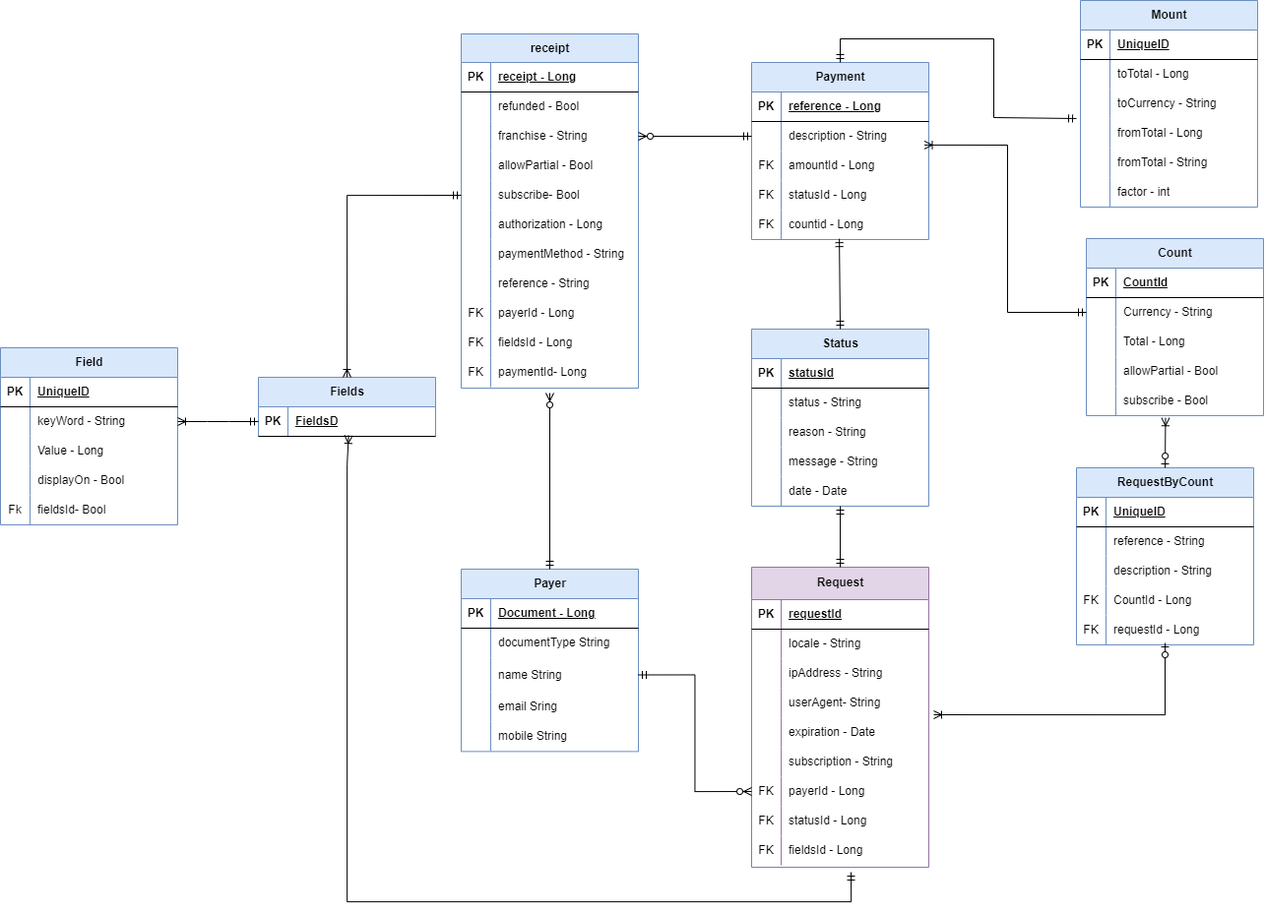
This is Documentacion/Diagrama Entidad Relacion/Diagrama Entidad Relacion.png from MuelitasVil/API-de-pagos-.net, a draw.io export, as it was before one commit. Source tidied: cells renumbered, new cells last; positions are measured from the earlier drawing's top-left corner, leaving out a move shared by most shapes.
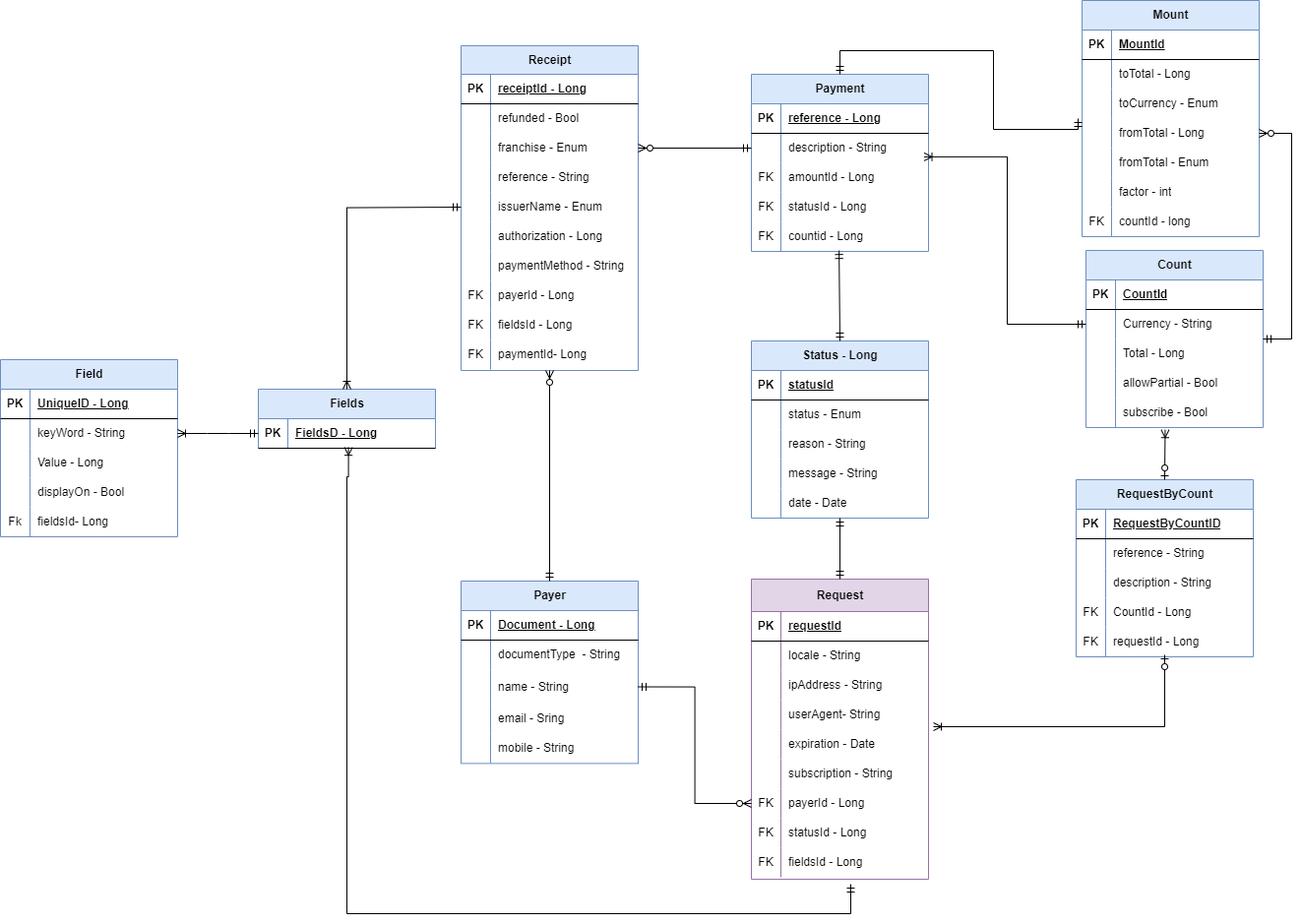
After the change.

Commit message:
Creacion de entidades

Se crea la carpeta que contiene el modelado de la base de datos en entidades de c#, ademas de esto durante el desarrollo de esta se integran los tipos de datos enum que se vieron necesarios mejorando el modelo Entidad relacion y coreigiendo errores

The edit, as a diff of the source:
```diff
@@ -88,3 +88,3 @@
     </mxCell>
-    <mxCell id="30" value="Status" style="shape=table;startSize=30;rowLines=0;fontStyle=1;align=center;html=1;fillColor=#dae8fc;strokeColor=#6c8ebf;" parent="1" vertex="1">
+    <mxCell id="30" value="Status - Long" style="shape=table;startSize=30;rowLines=0;fontStyle=1;align=center;html=1;fillColor=#dae8fc;strokeColor=#6c8ebf;" parent="1" vertex="1">
       <mxGeometry x="763" y="334" width="180" height="180" as="geometry" />
@@ -106,3 +106,3 @@
     </mxCell>
-    <mxCell id="36" value="status - String" style="shape=partialRectangle;fillColor=none;top=0;left=0;bottom=0;right=0;align=left;spacingLeft=6;overflow=hidden;whiteSpace=wrap;html=1;" parent="34" vertex="1">
+    <mxCell id="36" value="status - Enum" style="shape=partialRectangle;fillColor=none;top=0;left=0;bottom=0;right=0;align=left;spacingLeft=6;overflow=hidden;whiteSpace=wrap;html=1;" parent="34" vertex="1">
       <mxGeometry x="30" width="150" height="30" as="geometry" />
@@ -157,3 +157,3 @@
     </mxCell>
-    <mxCell id="53" value="documentType String" style="shape=partialRectangle;fillColor=none;top=0;left=0;bottom=0;right=0;align=left;spacingLeft=6;overflow=hidden;whiteSpace=wrap;html=1;" parent="51" vertex="1">
+    <mxCell id="53" value="documentType&amp;nbsp; - String" style="shape=partialRectangle;fillColor=none;top=0;left=0;bottom=0;right=0;align=left;spacingLeft=6;overflow=hidden;whiteSpace=wrap;html=1;" parent="51" vertex="1">
       <mxGeometry x="30" width="150" height="30" as="geometry" />
@@ -166,3 +166,3 @@
     </mxCell>
-    <mxCell id="56" value="name String" style="shape=partialRectangle;fillColor=none;top=0;left=0;bottom=0;right=0;align=left;spacingLeft=6;overflow=hidden;whiteSpace=wrap;html=1;" parent="54" vertex="1">
+    <mxCell id="56" value="name - String" style="shape=partialRectangle;fillColor=none;top=0;left=0;bottom=0;right=0;align=left;spacingLeft=6;overflow=hidden;whiteSpace=wrap;html=1;" parent="54" vertex="1">
       <mxGeometry x="30" width="150" height="35" as="geometry" />
@@ -175,3 +175,3 @@
     </mxCell>
-    <mxCell id="59" value="email Sring" style="shape=partialRectangle;fillColor=none;top=0;left=0;bottom=0;right=0;align=left;spacingLeft=6;overflow=hidden;whiteSpace=wrap;html=1;" parent="57" vertex="1">
+    <mxCell id="59" value="email - Sring" style="shape=partialRectangle;fillColor=none;top=0;left=0;bottom=0;right=0;align=left;spacingLeft=6;overflow=hidden;whiteSpace=wrap;html=1;" parent="57" vertex="1">
       <mxGeometry x="30" width="150" height="30" as="geometry" />
@@ -184,3 +184,3 @@
     </mxCell>
-    <mxCell id="62" value="mobile String" style="shape=partialRectangle;fillColor=none;top=0;left=0;bottom=0;right=0;align=left;spacingLeft=6;overflow=hidden;whiteSpace=wrap;html=1;" parent="60" vertex="1">
+    <mxCell id="62" value="mobile - String" style="shape=partialRectangle;fillColor=none;top=0;left=0;bottom=0;right=0;align=left;spacingLeft=6;overflow=hidden;whiteSpace=wrap;html=1;" parent="60" vertex="1">
       <mxGeometry x="30" width="150" height="30" as="geometry" />
@@ -238,4 +238,4 @@
     </mxCell>
-    <mxCell id="80" value="receipt" style="shape=table;startSize=29;rowLines=0;fontStyle=1;align=center;html=1;fillColor=#dae8fc;strokeColor=#6c8ebf;" parent="1" vertex="1">
-      <mxGeometry x="468" y="34" width="180" height="360" as="geometry" />
+    <mxCell id="80" value="Receipt" style="shape=table;startSize=29;rowLines=0;fontStyle=1;align=center;html=1;fillColor=#dae8fc;strokeColor=#6c8ebf;" parent="1" vertex="1">
+      <mxGeometry x="468" y="34" width="180" height="330" as="geometry" />
     </mxCell>
@@ -247,3 +247,3 @@
     </mxCell>
-    <mxCell id="83" value="receipt - Long" style="shape=partialRectangle;fillColor=none;top=0;left=0;bottom=0;right=0;align=left;spacingLeft=6;fontStyle=5;overflow=hidden;whiteSpace=wrap;html=1;" parent="81" vertex="1">
+    <mxCell id="83" value="receiptId - Long" style="shape=partialRectangle;fillColor=none;top=0;left=0;bottom=0;right=0;align=left;spacingLeft=6;fontStyle=5;overflow=hidden;whiteSpace=wrap;html=1;" parent="81" vertex="1">
       <mxGeometry x="30" width="150" height="30" as="geometry" />
@@ -265,7 +265,16 @@
     </mxCell>
-    <mxCell id="89" value="franchise - String" style="shape=partialRectangle;fillColor=none;top=0;left=0;bottom=0;right=0;align=left;spacingLeft=6;overflow=hidden;whiteSpace=wrap;html=1;" parent="87" vertex="1">
+    <mxCell id="89" value="franchise - Enum" style="shape=partialRectangle;fillColor=none;top=0;left=0;bottom=0;right=0;align=left;spacingLeft=6;overflow=hidden;whiteSpace=wrap;html=1;" parent="87" vertex="1">
       <mxGeometry x="30" width="150" height="30" as="geometry" />
     </mxCell>
+    <mxCell id="102" style="shape=tableRow;horizontal=0;startSize=0;swimlaneHead=0;swimlaneBody=0;fillColor=none;top=0;left=0;right=0;bottom=0;" parent="80" vertex="1">
+      <mxGeometry y="119" width="180" height="30" as="geometry" />
+    </mxCell>
+    <mxCell id="103" style="shape=partialRectangle;fillColor=none;top=0;left=0;bottom=0;right=0;overflow=hidden;whiteSpace=wrap;html=1;" parent="102" vertex="1">
+      <mxGeometry width="30" height="30" as="geometry" />
+    </mxCell>
+    <mxCell id="104" value="reference&amp;nbsp;- String" style="shape=partialRectangle;fillColor=none;top=0;left=0;bottom=0;right=0;align=left;spacingLeft=6;overflow=hidden;whiteSpace=wrap;html=1;" parent="102" vertex="1">
+      <mxGeometry x="30" width="150" height="30" as="geometry" />
+    </mxCell>
     <mxCell id="90" style="shape=tableRow;horizontal=0;startSize=0;swimlaneHead=0;swimlaneBody=0;fillColor=none;top=0;left=0;right=0;bottom=0;" parent="80" vertex="1">
-      <mxGeometry y="119" width="180" height="30" as="geometry" />
+      <mxGeometry y="149" width="180" height="30" as="geometry" />
     </mxCell>
@@ -274,14 +283,5 @@
     </mxCell>
-    <mxCell id="92" value="allowPartial - Bool" style="shape=partialRectangle;fillColor=none;top=0;left=0;bottom=0;right=0;align=left;spacingLeft=6;overflow=hidden;whiteSpace=wrap;html=1;" parent="90" vertex="1">
+    <mxCell id="92" value="issuerName - Enum" style="shape=partialRectangle;fillColor=none;top=0;left=0;bottom=0;right=0;align=left;spacingLeft=6;overflow=hidden;whiteSpace=wrap;html=1;" parent="90" vertex="1">
       <mxGeometry x="30" width="150" height="30" as="geometry" />
     </mxCell>
-    <mxCell id="93" style="shape=tableRow;horizontal=0;startSize=0;swimlaneHead=0;swimlaneBody=0;fillColor=none;points=[[0,0.5],[1,0.5]];portConstraint=eastwest;top=0;left=0;right=0;bottom=0;" parent="80" vertex="1">
-      <mxGeometry y="149" width="180" height="30" as="geometry" />
-    </mxCell>
-    <mxCell id="94" style="shape=partialRectangle;fillColor=none;top=0;left=0;bottom=0;right=0;overflow=hidden;whiteSpace=wrap;html=1;" parent="93" vertex="1">
-      <mxGeometry width="30" height="30" as="geometry" />
-    </mxCell>
-    <mxCell id="95" value="subscribe- Bool" style="shape=partialRectangle;fillColor=none;top=0;left=0;bottom=0;right=0;align=left;spacingLeft=6;overflow=hidden;whiteSpace=wrap;html=1;" parent="93" vertex="1">
-      <mxGeometry x="30" width="150" height="30" as="geometry" />
-    </mxCell>
     <mxCell id="96" style="shape=tableRow;horizontal=0;startSize=0;swimlaneHead=0;swimlaneBody=0;fillColor=none;top=0;left=0;right=0;bottom=0;" parent="80" vertex="1">
@@ -304,13 +304,4 @@
     </mxCell>
-    <mxCell id="102" style="shape=tableRow;horizontal=0;startSize=0;swimlaneHead=0;swimlaneBody=0;fillColor=none;top=0;left=0;right=0;bottom=0;" parent="80" vertex="1">
-      <mxGeometry y="239" width="180" height="30" as="geometry" />
-    </mxCell>
-    <mxCell id="103" style="shape=partialRectangle;fillColor=none;top=0;left=0;bottom=0;right=0;overflow=hidden;whiteSpace=wrap;html=1;" parent="102" vertex="1">
-      <mxGeometry width="30" height="30" as="geometry" />
-    </mxCell>
-    <mxCell id="104" value="reference&amp;nbsp;- String" style="shape=partialRectangle;fillColor=none;top=0;left=0;bottom=0;right=0;align=left;spacingLeft=6;overflow=hidden;whiteSpace=wrap;html=1;" parent="102" vertex="1">
-      <mxGeometry x="30" width="150" height="30" as="geometry" />
-    </mxCell>
     <mxCell id="105" style="shape=tableRow;horizontal=0;startSize=0;swimlaneHead=0;swimlaneBody=0;fillColor=none;top=0;left=0;right=0;bottom=0;" parent="80" vertex="1">
-      <mxGeometry y="269" width="180" height="30" as="geometry" />
+      <mxGeometry y="239" width="180" height="30" as="geometry" />
     </mxCell>
@@ -323,3 +314,3 @@
     <mxCell id="108" style="shape=tableRow;horizontal=0;startSize=0;swimlaneHead=0;swimlaneBody=0;fillColor=none;top=0;left=0;right=0;bottom=0;" parent="80" vertex="1">
-      <mxGeometry y="299" width="180" height="30" as="geometry" />
+      <mxGeometry y="269" width="180" height="30" as="geometry" />
     </mxCell>
@@ -332,3 +323,3 @@
     <mxCell id="111" style="shape=tableRow;horizontal=0;startSize=0;swimlaneHead=0;swimlaneBody=0;fillColor=none;top=0;left=0;right=0;bottom=0;" parent="80" vertex="1">
-      <mxGeometry y="329" width="180" height="30" as="geometry" />
+      <mxGeometry y="299" width="180" height="30" as="geometry" />
     </mxCell>
@@ -343,6 +334,4 @@
     </mxCell>
-    <mxCell id="115" style="fontSize=12;html=1;endArrow=ERzeroToMany;startArrow=ERmandOne;rounded=0;" parent="1" edge="1" source="47">
-      <mxGeometry relative="1" as="geometry">
-        <mxPoint x="558" y="399" as="targetPoint" />
-      </mxGeometry>
+    <mxCell id="115" style="fontSize=12;html=1;endArrow=ERzeroToMany;startArrow=ERmandOne;rounded=0;entryX=0.5;entryY=1;entryDx=0;entryDy=0;" parent="1" edge="1" source="47" target="80">
+      <mxGeometry relative="1" as="geometry" />
     </mxCell>
@@ -408,3 +397,3 @@
     </mxCell>
-    <mxCell id="136" value="UniqueID" style="shape=partialRectangle;fillColor=none;top=0;left=0;bottom=0;right=0;align=left;spacingLeft=6;fontStyle=5;overflow=hidden;whiteSpace=wrap;html=1;" parent="134" vertex="1">
+    <mxCell id="136" value="RequestByCountID" style="shape=partialRectangle;fillColor=none;top=0;left=0;bottom=0;right=0;align=left;spacingLeft=6;fontStyle=5;overflow=hidden;whiteSpace=wrap;html=1;" parent="134" vertex="1">
       <mxGeometry x="30" width="150" height="30" as="geometry" />
@@ -460,3 +449,3 @@
     <mxCell id="151" value="Mount" style="shape=table;startSize=30;rowLines=0;fontStyle=1;align=center;html=1;fillColor=#dae8fc;strokeColor=#6c8ebf;" parent="1" vertex="1">
-      <mxGeometry x="1097" width="180" height="210" as="geometry" />
+      <mxGeometry x="1099" y="-12" width="180" height="240" as="geometry" />
     </mxCell>
@@ -468,3 +457,3 @@
     </mxCell>
-    <mxCell id="154" value="UniqueID" style="shape=partialRectangle;fillColor=none;top=0;left=0;bottom=0;right=0;align=left;spacingLeft=6;fontStyle=5;overflow=hidden;whiteSpace=wrap;html=1;" parent="152" vertex="1">
+    <mxCell id="154" value="MountId" style="shape=partialRectangle;fillColor=none;top=0;left=0;bottom=0;right=0;align=left;spacingLeft=6;fontStyle=5;overflow=hidden;whiteSpace=wrap;html=1;" parent="152" vertex="1">
       <mxGeometry x="30" width="150" height="30" as="geometry" />
@@ -486,3 +475,3 @@
     </mxCell>
-    <mxCell id="160" value="toCurrency - String" style="shape=partialRectangle;fillColor=none;top=0;left=0;bottom=0;right=0;align=left;spacingLeft=6;overflow=hidden;whiteSpace=wrap;html=1;" parent="158" vertex="1">
+    <mxCell id="160" value="toCurrency - Enum" style="shape=partialRectangle;fillColor=none;top=0;left=0;bottom=0;right=0;align=left;spacingLeft=6;overflow=hidden;whiteSpace=wrap;html=1;" parent="158" vertex="1">
       <mxGeometry x="30" width="150" height="30" as="geometry" />
@@ -504,3 +493,3 @@
     </mxCell>
-    <mxCell id="166" value="fromTotal - String" style="shape=partialRectangle;fillColor=none;top=0;left=0;bottom=0;right=0;align=left;spacingLeft=6;overflow=hidden;whiteSpace=wrap;html=1;" parent="164" vertex="1">
+    <mxCell id="166" value="fromTotal - Enum" style="shape=partialRectangle;fillColor=none;top=0;left=0;bottom=0;right=0;align=left;spacingLeft=6;overflow=hidden;whiteSpace=wrap;html=1;" parent="164" vertex="1">
       <mxGeometry x="30" width="150" height="30" as="geometry" />
@@ -516,2 +505,11 @@
     </mxCell>
+    <mxCell id="195" style="shape=tableRow;horizontal=0;startSize=0;swimlaneHead=0;swimlaneBody=0;fillColor=none;top=0;left=0;right=0;bottom=0;" parent="151" vertex="1">
+      <mxGeometry y="210" width="180" height="30" as="geometry" />
+    </mxCell>
+    <mxCell id="196" value="FK" style="shape=partialRectangle;fillColor=none;top=0;left=0;bottom=0;right=0;overflow=hidden;whiteSpace=wrap;html=1;" parent="195" vertex="1">
+      <mxGeometry width="30" height="30" as="geometry" />
+    </mxCell>
+    <mxCell id="197" value="countId - long" style="shape=partialRectangle;fillColor=none;top=0;left=0;bottom=0;right=0;align=left;spacingLeft=6;overflow=hidden;whiteSpace=wrap;html=1;" parent="195" vertex="1">
+      <mxGeometry x="30" width="150" height="30" as="geometry" />
+    </mxCell>
     <mxCell id="170" style="fontSize=12;html=1;endArrow=ERmandOne;startArrow=ERmandOne;rounded=0;exitX=-0.022;exitY=0;exitDx=0;exitDy=0;exitPerimeter=0;entryX=0.5;entryY=0;entryDx=0;entryDy=0;edgeStyle=orthogonalEdgeStyle;" parent="1" edge="1" source="161" target="64">
@@ -534,3 +532,3 @@
     </mxCell>
-    <mxCell id="174" value="FieldsD" style="shape=partialRectangle;fillColor=none;top=0;left=0;bottom=0;right=0;align=left;spacingLeft=6;fontStyle=5;overflow=hidden;whiteSpace=wrap;html=1;" parent="172" vertex="1">
+    <mxCell id="174" value="FieldsD - Long" style="shape=partialRectangle;fillColor=none;top=0;left=0;bottom=0;right=0;align=left;spacingLeft=6;fontStyle=5;overflow=hidden;whiteSpace=wrap;html=1;" parent="172" vertex="1">
       <mxGeometry x="30" width="150" height="30" as="geometry" />
@@ -548,4 +546,6 @@
     </mxCell>
-    <mxCell id="176" style="edgeStyle=orthogonalEdgeStyle;fontSize=12;html=1;endArrow=ERoneToMany;startArrow=ERmandOne;rounded=0;exitX=0;exitY=0.5;exitDx=0;exitDy=0;entryX=0.5;entryY=0;entryDx=0;entryDy=0;" parent="1" edge="1" source="93" target="171">
-      <mxGeometry relative="1" as="geometry" />
+    <mxCell id="176" style="edgeStyle=orthogonalEdgeStyle;fontSize=12;html=1;endArrow=ERoneToMany;startArrow=ERmandOne;rounded=0;exitX=0;exitY=0.5;exitDx=0;exitDy=0;entryX=0.5;entryY=0;entryDx=0;entryDy=0;" parent="1" edge="1" target="171">
+      <mxGeometry relative="1" as="geometry">
+        <mxPoint x="468" y="198" as="sourcePoint" />
+      </mxGeometry>
     </mxCell>
@@ -563,3 +563,3 @@
     </mxCell>
-    <mxCell id="181" value="UniqueID" style="shape=partialRectangle;fillColor=none;top=0;left=0;bottom=0;right=0;align=left;spacingLeft=6;fontStyle=5;overflow=hidden;whiteSpace=wrap;html=1;" parent="179" vertex="1">
+    <mxCell id="181" value="UniqueID - Long" style="shape=partialRectangle;fillColor=none;top=0;left=0;bottom=0;right=0;align=left;spacingLeft=6;fontStyle=5;overflow=hidden;whiteSpace=wrap;html=1;" parent="179" vertex="1">
       <mxGeometry x="30" width="150" height="30" as="geometry" />
@@ -599,3 +599,3 @@
     </mxCell>
-    <mxCell id="193" value="fieldsId- Bool" style="shape=partialRectangle;fillColor=none;top=0;left=0;bottom=0;right=0;align=left;spacingLeft=6;overflow=hidden;whiteSpace=wrap;html=1;" parent="191" vertex="1">
+    <mxCell id="193" value="fieldsId- Long" style="shape=partialRectangle;fillColor=none;top=0;left=0;bottom=0;right=0;align=left;spacingLeft=6;overflow=hidden;whiteSpace=wrap;html=1;" parent="191" vertex="1">
       <mxGeometry x="30" width="150" height="30" as="geometry" />
@@ -605,2 +605,10 @@
     </mxCell>
+    <mxCell id="198" style="edgeStyle=orthogonalEdgeStyle;fontSize=12;html=1;endArrow=ERzeroToMany;startArrow=ERmandOne;rounded=0;exitX=1;exitY=0;exitDx=0;exitDy=0;entryX=1;entryY=0.5;entryDx=0;entryDy=0;exitPerimeter=0;" parent="1" edge="1" source="124" target="161">
+      <mxGeometry relative="1" as="geometry">
+        <Array as="points">
+          <mxPoint x="1312" y="332" />
+          <mxPoint x="1312" y="123" />
+        </Array>
+      </mxGeometry>
+    </mxCell>
   </root>
```
